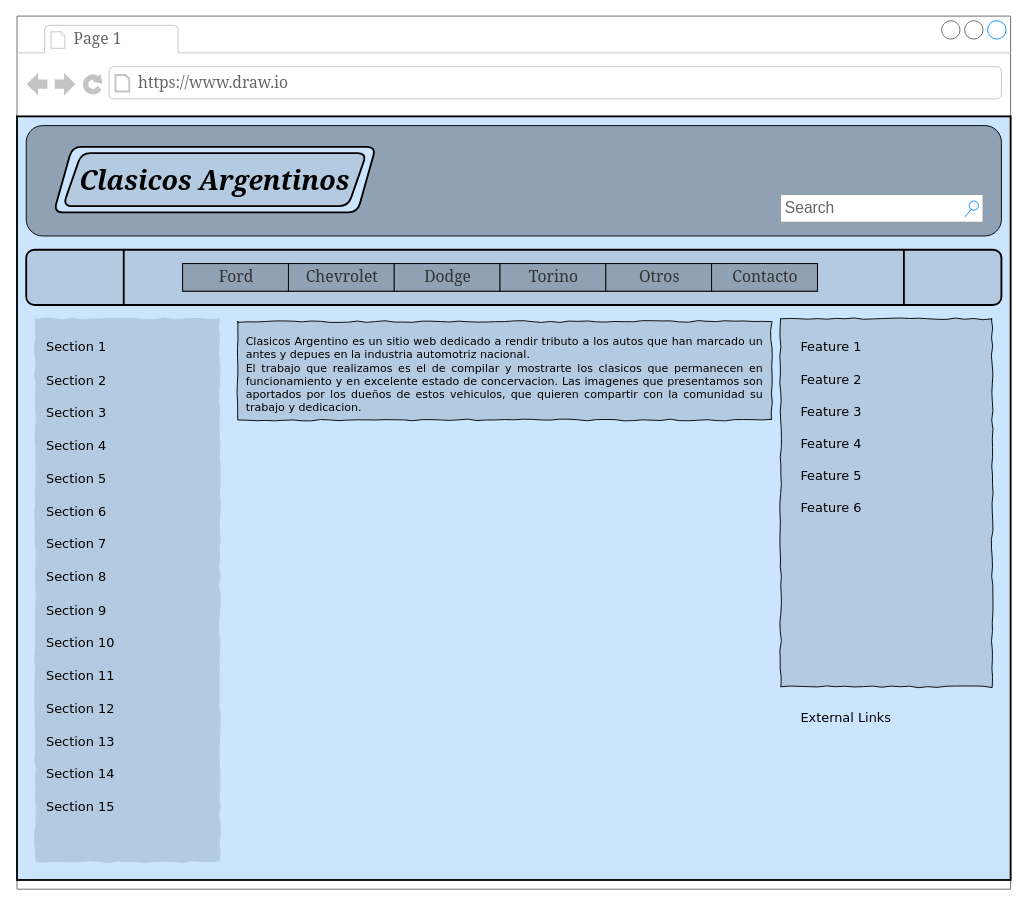
The draw.io diagram Diagrama Luciano Julia.drawio in Luchoj52/Wireframe, before the edit. Source tidied: cells renumbered, new cells numbered last; positions are measured from the earlier drawing's top-left corner, leaving out a move shared by most shapes. Both pictures are drawn from the tidied source at 92%, with x=0, y=0 at pixel (17, 16).
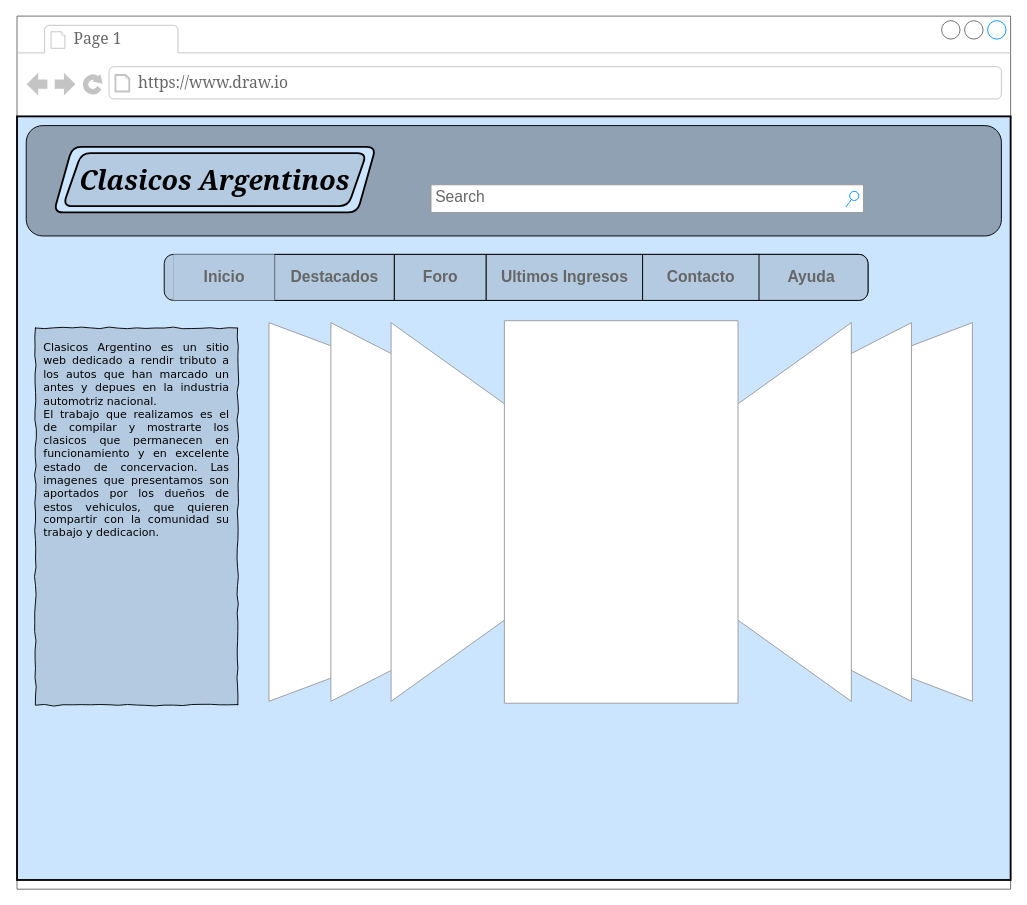
The same diagram, later.

What changed in the source:
```diff
@@
-    <mxCell id="6" style="shape=process;whiteSpace=wrap;html=1;backgroundOutline=1;rounded=1;shadow=0;fillStyle=solid;strokeColor=#000000;strokeWidth=2;fontFamily=Georgia;fontSize=26;fontColor=#99CCFF;fillColor=#B4CAE0;" parent="1" vertex="1">
-      <mxGeometry x="10" y="254" width="1060" height="60" as="geometry" />
-    </mxCell>
@@
     <mxCell id="8" value="Search" style="strokeWidth=1;shadow=0;dashed=0;align=center;html=1;shape=mxgraph.mockup.forms.searchBox;strokeColor=#999999;mainText=;strokeColor2=#008cff;fontColor=#666666;fontSize=17;align=left;spacingLeft=3;rounded=0;labelBackgroundColor=none;comic=1;" parent="1" vertex="1">
-      <mxGeometry x="830" y="194" width="220" height="30" as="geometry" />
+      <mxGeometry x="450" y="183.4" width="470" height="30" as="geometry" />
     </mxCell>
-    <mxCell id="9" style="whiteSpace=wrap;html=1;rounded=0;shadow=0;labelBackgroundColor=none;strokeWidth=1;fillColor=#B4CAE0;fontFamily=Verdana;fontSize=12;align=center;comic=1;strokeColor=#B4CAE0;" parent="1" vertex="1">
-      <mxGeometry x="20" y="329" width="200" height="590" as="geometry" />
-    </mxCell>
     <mxCell id="10" value="&lt;div style=&quot;text-align: justify&quot;&gt;Clasicos Argentino es un sitio web dedicado a rendir tributo a los autos que han marcado un antes y depues en la industria automotriz nacional.&amp;nbsp;&lt;/div&gt;&lt;div style=&quot;text-align: justify&quot;&gt;El trabajo que realizamos es el de compilar y mostrarte los clasicos que permanecen en funcionamiento y en excelente estado de concervacion. Las imagenes que presentamos son aportados por los dueños de estos vehiculos, que quieren compartir con la comunidad su trabajo y dedicacion.&lt;/div&gt;" style="whiteSpace=wrap;html=1;rounded=0;shadow=0;labelBackgroundColor=none;strokeWidth=1;fillColor=#B4CAE0;fontFamily=Verdana;fontSize=12;align=center;verticalAlign=top;spacing=10;comic=1;" parent="1" vertex="1">
-      <mxGeometry x="240" y="332" width="580" height="107" as="geometry" />
+      <mxGeometry x="20" y="339" width="220" height="410" as="geometry" />
     </mxCell>
-    <mxCell id="11" style="whiteSpace=wrap;html=1;rounded=0;shadow=0;labelBackgroundColor=none;strokeWidth=1;fillColor=#B4CAE0;fontFamily=Verdana;fontSize=12;align=center;comic=1;" parent="1" vertex="1">
-      <mxGeometry x="830" y="329" width="230" height="400" as="geometry" />
-    </mxCell>
-    <mxCell id="12" value="Section 1" style="text;html=1;align=left;verticalAlign=top;spacingTop=-4;fontSize=14;fontFamily=Verdana;" parent="1" vertex="1">
-      <mxGeometry x="30" y="349" width="170" height="20" as="geometry" />
-    </mxCell>
-    <mxCell id="13" value="Section 2" style="text;html=1;align=left;verticalAlign=top;spacingTop=-4;fontSize=14;fontFamily=Verdana;" parent="1" vertex="1">
-      <mxGeometry x="30" y="385" width="170" height="20" as="geometry" />
-    </mxCell>
-    <mxCell id="14" value="Section 3" style="text;html=1;align=left;verticalAlign=top;spacingTop=-4;fontSize=14;fontFamily=Verdana;" parent="1" vertex="1">
-      <mxGeometry x="30" y="420" width="170" height="20" as="geometry" />
-    </mxCell>
-    <mxCell id="15" value="Section 4" style="text;html=1;align=left;verticalAlign=top;spacingTop=-4;fontSize=14;fontFamily=Verdana;" parent="1" vertex="1">
-      <mxGeometry x="30" y="456" width="170" height="20" as="geometry" />
-    </mxCell>
-    <mxCell id="16" value="Section 7" style="text;html=1;align=left;verticalAlign=top;spacingTop=-4;fontSize=14;fontFamily=Verdana;" parent="1" vertex="1">
-      <mxGeometry x="30" y="563" width="170" height="20" as="geometry" />
-    </mxCell>
-    <mxCell id="17" value="Section 8" style="text;html=1;align=left;verticalAlign=top;spacingTop=-4;fontSize=14;fontFamily=Verdana;" parent="1" vertex="1">
-      <mxGeometry x="30" y="599" width="170" height="20" as="geometry" />
-    </mxCell>
-    <mxCell id="18" value="Section 9" style="text;html=1;align=left;verticalAlign=top;spacingTop=-4;fontSize=14;fontFamily=Verdana;" parent="1" vertex="1">
-      <mxGeometry x="30" y="635" width="170" height="20" as="geometry" />
-    </mxCell>
-    <mxCell id="19" value="Section 10" style="text;html=1;align=left;verticalAlign=top;spacingTop=-4;fontSize=14;fontFamily=Verdana;" parent="1" vertex="1">
-      <mxGeometry x="30" y="670" width="170" height="20" as="geometry" />
-    </mxCell>
-    <mxCell id="20" value="Section 11" style="text;html=1;align=left;verticalAlign=top;spacingTop=-4;fontSize=14;fontFamily=Verdana;" parent="1" vertex="1">
-      <mxGeometry x="30" y="706" width="170" height="20" as="geometry" />
-    </mxCell>
-    <mxCell id="21" value="Section 12" style="text;html=1;align=left;verticalAlign=top;spacingTop=-4;fontSize=14;fontFamily=Verdana;" parent="1" vertex="1">
-      <mxGeometry x="30" y="742" width="170" height="20" as="geometry" />
-    </mxCell>
-    <mxCell id="22" value="Section 13" style="text;html=1;align=left;verticalAlign=top;spacingTop=-4;fontSize=14;fontFamily=Verdana;" parent="1" vertex="1">
-      <mxGeometry x="30" y="778" width="170" height="20" as="geometry" />
-    </mxCell>
-    <mxCell id="23" value="Section 14" style="text;html=1;align=left;verticalAlign=top;spacingTop=-4;fontSize=14;fontFamily=Verdana;" parent="1" vertex="1">
-      <mxGeometry x="30" y="813" width="170" height="20" as="geometry" />
-    </mxCell>
-    <mxCell id="24" value="Section 5" style="text;html=1;align=left;verticalAlign=top;spacingTop=-4;fontSize=14;fontFamily=Verdana;" parent="1" vertex="1">
-      <mxGeometry x="30" y="492" width="170" height="20" as="geometry" />
-    </mxCell>
-    <mxCell id="25" value="Section 6" style="text;html=1;align=left;verticalAlign=top;spacingTop=-4;fontSize=14;fontFamily=Verdana;" parent="1" vertex="1">
-      <mxGeometry x="30" y="528" width="170" height="20" as="geometry" />
-    </mxCell>
-    <mxCell id="26" value="Section 15" style="text;html=1;align=left;verticalAlign=top;spacingTop=-4;fontSize=14;fontFamily=Verdana;" parent="1" vertex="1">
-      <mxGeometry x="30" y="849" width="170" height="20" as="geometry" />
-    </mxCell>
-    <mxCell id="27" value="External Links" style="text;html=1;align=left;verticalAlign=top;spacingTop=-4;fontSize=14;fontFamily=Verdana;" parent="1" vertex="1">
-      <mxGeometry x="850" y="752" width="170" height="20" as="geometry" />
-    </mxCell>
-    <mxCell id="28" value="Feature 1" style="text;html=1;align=left;verticalAlign=top;spacingTop=-4;fontSize=14;fontFamily=Verdana;" parent="1" vertex="1">
-      <mxGeometry x="850" y="349" width="170" height="20" as="geometry" />
-    </mxCell>
-    <mxCell id="29" value="Feature 2" style="text;html=1;align=left;verticalAlign=top;spacingTop=-4;fontSize=14;fontFamily=Verdana;" parent="1" vertex="1">
-      <mxGeometry x="850" y="384" width="170" height="20" as="geometry" />
-    </mxCell>
-    <mxCell id="30" value="Feature 3" style="text;html=1;align=left;verticalAlign=top;spacingTop=-4;fontSize=14;fontFamily=Verdana;" parent="1" vertex="1">
-      <mxGeometry x="850" y="419" width="170" height="20" as="geometry" />
-    </mxCell>
-    <mxCell id="31" value="Feature 4" style="text;html=1;align=left;verticalAlign=top;spacingTop=-4;fontSize=14;fontFamily=Verdana;" parent="1" vertex="1">
-      <mxGeometry x="850" y="454" width="170" height="20" as="geometry" />
-    </mxCell>
-    <mxCell id="32" value="Feature 5" style="text;html=1;align=left;verticalAlign=top;spacingTop=-4;fontSize=14;fontFamily=Verdana;" parent="1" vertex="1">
-      <mxGeometry x="850" y="489" width="170" height="20" as="geometry" />
-    </mxCell>
-    <mxCell id="33" value="Feature 6" style="text;html=1;align=left;verticalAlign=top;spacingTop=-4;fontSize=14;fontFamily=Verdana;" parent="1" vertex="1">
-      <mxGeometry x="850" y="524" width="170" height="20" as="geometry" />
-    </mxCell>
@@
-    <mxCell id="35" style="strokeWidth=1;shadow=0;dashed=0;align=center;html=1;shape=mxgraph.mockup.forms.rrect;rSize=0;strokeColor=#000000;rounded=1;fillStyle=solid;fontFamily=Georgia;fontSize=26;fontColor=#99CCFF;fillColor=#8FA1B3;" parent="1" vertex="1">
-      <mxGeometry x="180" y="269" width="690" height="30" as="geometry" />
-    </mxCell>
-    <mxCell id="36" value="&lt;font color=&quot;#333333&quot;&gt;Ford&lt;/font&gt;" style="strokeColor=inherit;fillColor=inherit;gradientColor=inherit;strokeWidth=1;shadow=0;dashed=0;align=center;html=1;shape=mxgraph.mockup.forms.rrect;rSize=0;fontSize=17;fontColor=#666666;rounded=1;fillStyle=solid;fontFamily=Georgia;" parent="35" vertex="1">
-      <mxGeometry width="115" height="30" as="geometry" />
-    </mxCell>
-    <mxCell id="37" value="&lt;font color=&quot;#333333&quot;&gt;Chevrolet&lt;/font&gt;" style="strokeColor=inherit;fillColor=inherit;gradientColor=inherit;strokeWidth=1;shadow=0;dashed=0;align=center;html=1;shape=mxgraph.mockup.forms.rrect;rSize=0;fontSize=17;fontColor=#666666;rounded=1;fillStyle=solid;fontFamily=Georgia;" parent="35" vertex="1">
-      <mxGeometry x="115" width="115" height="30" as="geometry" />
-    </mxCell>
-    <mxCell id="38" value="&lt;font color=&quot;#333333&quot;&gt;Dodge&lt;/font&gt;" style="strokeColor=inherit;fillColor=inherit;gradientColor=inherit;strokeWidth=1;shadow=0;dashed=0;align=center;html=1;shape=mxgraph.mockup.forms.rrect;rSize=0;fontSize=17;fontColor=#666666;rounded=1;fillStyle=solid;fontFamily=Georgia;" parent="35" vertex="1">
-      <mxGeometry x="230" width="115" height="30" as="geometry" />
-    </mxCell>
-    <mxCell id="39" value="&lt;font color=&quot;#333333&quot;&gt;Torino&lt;/font&gt;" style="strokeColor=inherit;fillColor=inherit;gradientColor=inherit;strokeWidth=1;shadow=0;dashed=0;align=center;html=1;shape=mxgraph.mockup.forms.rrect;rSize=0;fontSize=17;fontColor=#666666;rounded=1;fillStyle=solid;fontFamily=Georgia;" parent="35" vertex="1">
-      <mxGeometry x="345" width="115" height="30" as="geometry" />
-    </mxCell>
-    <mxCell id="40" value="&lt;font color=&quot;#333333&quot;&gt;Otros&lt;/font&gt;" style="strokeColor=inherit;fillColor=inherit;gradientColor=inherit;strokeWidth=1;shadow=0;dashed=0;align=center;html=1;shape=mxgraph.mockup.forms.rrect;rSize=0;fontSize=17;fontColor=#666666;rounded=1;fillStyle=solid;fontFamily=Georgia;" parent="35" vertex="1">
-      <mxGeometry x="460" width="115" height="30" as="geometry" />
-    </mxCell>
+    <mxCell id="42" value="&lt;b&gt;&lt;font face=&quot;Georgia&quot; size=&quot;1&quot; style=&quot;&quot;&gt;&lt;i style=&quot;font-size: 29px;&quot;&gt;Clasicos Argentinos&lt;/i&gt;&lt;/font&gt;&lt;/b&gt;" style="shape=parallelogram;perimeter=parallelogramPerimeter;whiteSpace=wrap;html=1;fixedSize=1;shadow=0;strokeColor=#000000;strokeWidth=2;fontFamily=Verdana;fillStyle=solid;fillColor=#B4CAE0;rounded=1;" parent="1" vertex="1">
+      <mxGeometry x="50" y="149" width="330" height="57.5" as="geometry" />
+    </mxCell>
+    <mxCell id="43" style="verticalLabelPosition=bottom;shadow=0;dashed=0;align=center;html=1;verticalAlign=top;strokeWidth=1;shape=mxgraph.mockup.navigation.coverFlow;strokeColor=#999999;" parent="1" vertex="1">
+      <mxGeometry x="270" y="329" width="770" height="420" as="geometry" />
+    </mxCell>
+    <mxCell id="44" style="strokeWidth=1;shadow=0;dashed=0;align=center;html=1;shape=mxgraph.mockup.rrect;rSize=10;fillColor=#B4CAE0;strokeColor=default;fontColor=#666666;fontStyle=1;perimeterSpacing=0;" parent="1" vertex="1">
+      <mxGeometry x="160" y="259" width="765" height="50" as="geometry" />
+    </mxCell>
+    <mxCell id="45" value="Foro" style="strokeColor=inherit;fillColor=inherit;gradientColor=inherit;strokeWidth=1;shadow=0;dashed=0;align=center;html=1;shape=mxgraph.mockup.rrect;rSize=0;fontSize=17;fontColor=#666666;fontStyle=1;" parent="44" vertex="1">
+      <mxGeometry width="100" height="50" relative="1" as="geometry">
+        <mxPoint x="250" as="offset" />
+      </mxGeometry>
+    </mxCell>
+    <mxCell id="46" value="Ultimos Ingresos" style="strokeColor=inherit;fillColor=inherit;gradientColor=inherit;strokeWidth=1;shadow=0;dashed=0;align=center;html=1;shape=mxgraph.mockup.rrect;rSize=0;fontSize=17;fontColor=#666666;fontStyle=1;" parent="44" vertex="1">
+      <mxGeometry width="170" height="50" relative="1" as="geometry">
+        <mxPoint x="350" as="offset" />
+      </mxGeometry>
+    </mxCell>
+    <mxCell id="47" value="Ayuda" style="strokeColor=inherit;fillColor=inherit;gradientColor=inherit;strokeWidth=1;shadow=0;dashed=0;align=center;html=1;shape=mxgraph.mockup.rightButton;rSize=10;fontSize=17;fontColor=#666666;fontStyle=1;" parent="44" vertex="1">
+      <mxGeometry x="1" width="125" height="50" relative="1" as="geometry">
+        <mxPoint x="-125" as="offset" />
+      </mxGeometry>
+    </mxCell>
-    <mxCell id="41" value="&lt;font color=&quot;#333333&quot;&gt;Contacto&lt;/font&gt;" style="strokeColor=inherit;fillColor=inherit;gradientColor=inherit;strokeWidth=1;shadow=0;dashed=0;align=center;html=1;shape=mxgraph.mockup.forms.rrect;rSize=0;fontSize=17;fontColor=#666666;rounded=1;fillStyle=solid;fontFamily=Georgia;" parent="35" vertex="1">
-      <mxGeometry x="575" width="115" height="30" as="geometry" />
+    <mxCell id="41" value="Contacto" style="strokeColor=inherit;fillColor=inherit;gradientColor=inherit;strokeWidth=1;shadow=0;dashed=0;align=center;html=1;shape=mxgraph.mockup.rrect;rSize=0;fontSize=17;fontColor=#666666;fontStyle=1;" parent="44" vertex="1">
+      <mxGeometry x="520" width="126.5" height="50" as="geometry" />
     </mxCell>
-    <mxCell id="42" value="&lt;b&gt;&lt;font face=&quot;Georgia&quot; size=&quot;1&quot; style=&quot;&quot;&gt;&lt;i style=&quot;font-size: 29px;&quot;&gt;Clasicos Argentinos&lt;/i&gt;&lt;/font&gt;&lt;/b&gt;" style="shape=parallelogram;perimeter=parallelogramPerimeter;whiteSpace=wrap;html=1;fixedSize=1;shadow=0;strokeColor=#000000;strokeWidth=2;fontFamily=Verdana;fillStyle=solid;fillColor=#B4CAE0;rounded=1;" parent="1" vertex="1">
-      <mxGeometry x="50" y="149" width="330" height="57.5" as="geometry" />
-    </mxCell>
+    <mxCell id="48" value="Destacados" style="strokeColor=inherit;fillColor=inherit;gradientColor=inherit;strokeWidth=1;shadow=0;dashed=0;align=center;html=1;shape=mxgraph.mockup.rrect;rSize=0;fontSize=17;fontColor=#666666;fontStyle=1;" parent="44" vertex="1">
+      <mxGeometry x="120" width="130" height="50" as="geometry" />
+    </mxCell>
+    <mxCell id="49" value="Inicio" style="strokeColor=inherit;fillColor=inherit;gradientColor=inherit;strokeWidth=0;shadow=0;dashed=0;align=center;html=1;shape=mxgraph.mockup.rrect;rSize=0;fontSize=17;fontColor=#666666;fontStyle=1;" parent="44" vertex="1">
+      <mxGeometry x="10" width="110" height="50" as="geometry" />
+    </mxCell>
```
